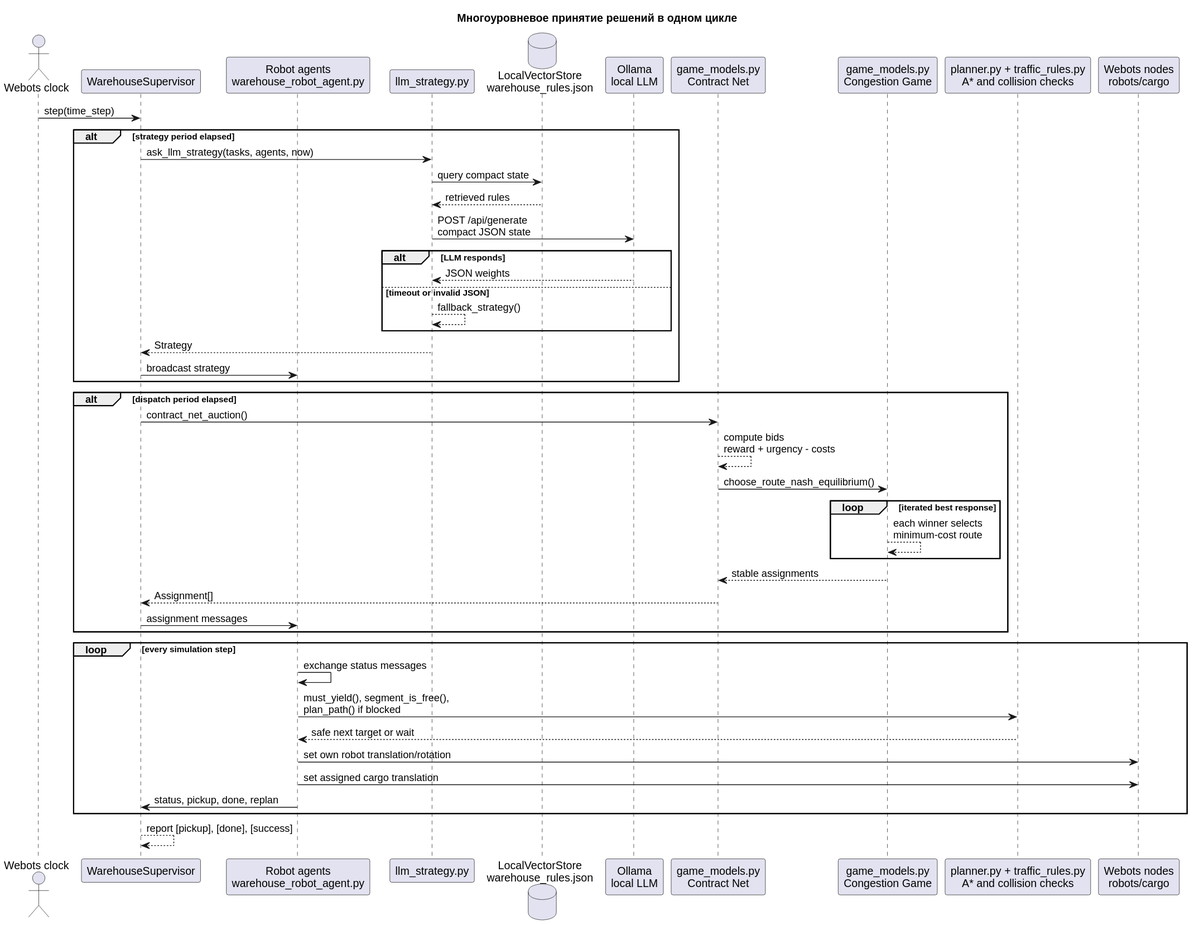
Above: ml_course_ru/semester_2/lecture_04_multiagent_systems/webots_game_theory_warehouse/docs/diagrams/decision_sequence.svg in ulstu/ml (PlantUML), before the change.
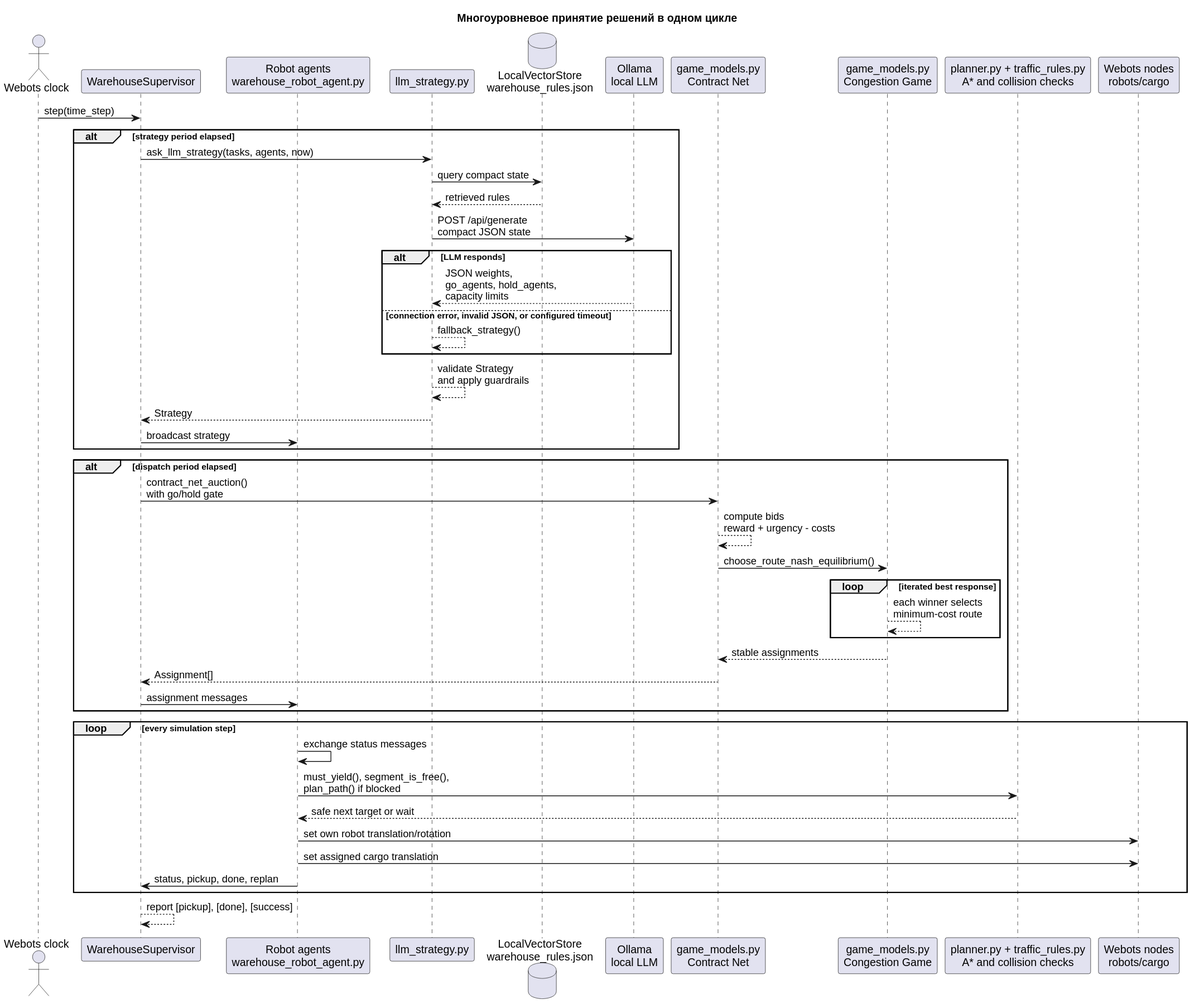
After the commit.

What changed in the source:
```diff
@@ -24,16 +24,17 @@
   vectordb --> llm : retrieved rules
   llm -> ollama : POST /api/generate\ncompact JSON state
   alt LLM responds
-    ollama --> llm : JSON weights
-  else timeout or invalid JSON
+    ollama --> llm : JSON weights,\ngo_agents, hold_agents,\ncapacity limits
+  else connection error, invalid JSON, or configured timeout
     llm --> llm : fallback_strategy()
   end
+  llm --> llm : validate Strategy\nand apply guardrails
   llm --> sup : Strategy
   sup -> agents : broadcast strategy
 end
 
 alt dispatch period elapsed
-  sup -> auction : contract_net_auction()
+  sup -> auction : contract_net_auction()\nwith go/hold gate
   auction --> auction : compute bids\nreward + urgency - costs
   auction -> game : choose_route_nash_equilibrium()
   loop iterated best response
```
